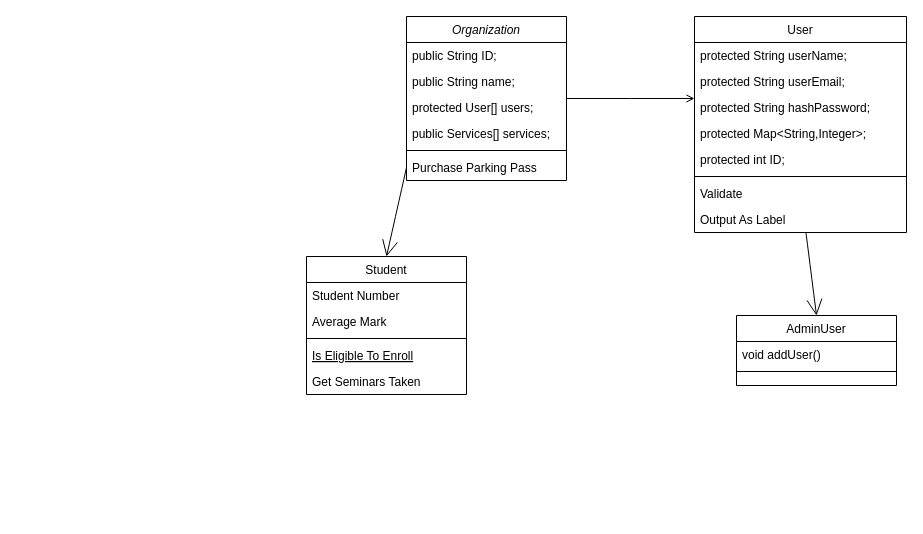
The draw.io diagram ClassDiagramLP3_project.drawio in MMonzon00/LP3_Backend_java, before the edit. Source tidied: cells renumbered, new cells numbered last; positions are measured from the earlier drawing's top-left corner, leaving out a move shared by most shapes. Both pictures are drawn from the tidied source at 100%, with x=0, y=0 at pixel (306, 16).
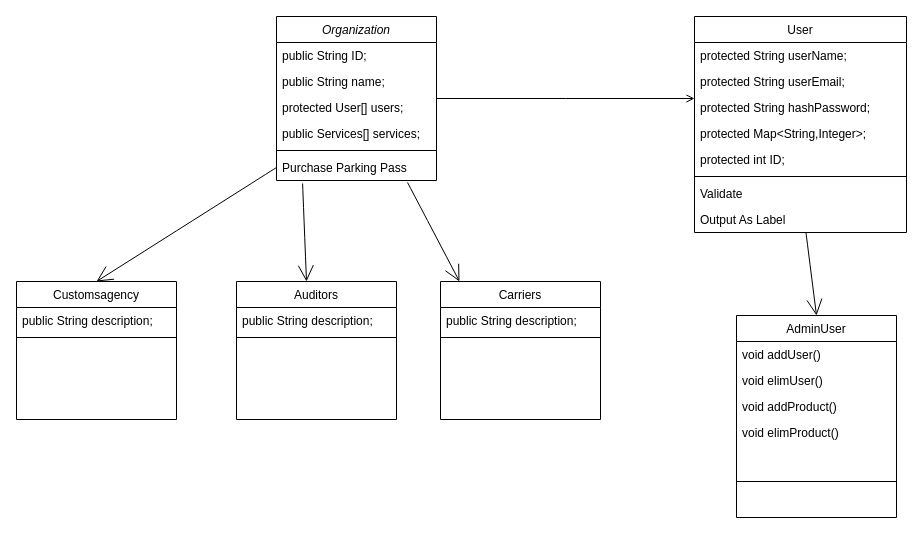
After the change.

Unchanged cells that the change refers to:
```xml
<mxCell id="10" value="Purchase Parking Pass" style="text;align=left;verticalAlign=top;spacingLeft=4;spacingRight=4;overflow=hidden;points=[[0,0.5],[1,0.5]];portConstraint=eastwest;" parent="4" vertex="1">
  <mxGeometry y="138" width="160" height="26" as="geometry" />
</mxCell>
```

The edit, as a diff of the source:
```diff
@@
     <mxCell id="4" value="Organization" style="swimlane;fontStyle=2;align=center;verticalAlign=top;horizontal=1;startSize=26;rounded=0;shadow=0;strokeWidth=1;" parent="1" vertex="1">
-      <mxGeometry x="100" width="160" height="164" as="geometry" />
+      <mxGeometry x="-30" width="160" height="164" as="geometry" />
     </mxCell>
@@
-    <mxCell id="11" value="Student" style="swimlane;fontStyle=0;align=center;verticalAlign=top;horizontal=1;startSize=26;rounded=0;shadow=0;strokeWidth=1;" parent="1" vertex="1">
-      <mxGeometry y="240" width="160" height="138" as="geometry" />
+    <mxCell id="11" value="Customsagency" style="swimlane;fontStyle=0;align=center;verticalAlign=top;horizontal=1;startSize=26;rounded=0;shadow=0;strokeWidth=1;" parent="1" vertex="1">
+      <mxGeometry x="-290" y="265" width="160" height="138" as="geometry" />
     </mxCell>
-    <mxCell id="12" value="Student Number" style="text;align=left;verticalAlign=top;spacingLeft=4;spacingRight=4;overflow=hidden;" parent="11" vertex="1">
+    <mxCell id="12" value="public String description;" style="text;align=left;verticalAlign=top;spacingLeft=4;spacingRight=4;overflow=hidden;" parent="11" vertex="1">
       <mxGeometry y="26" width="160" height="26" as="geometry" />
     </mxCell>
-    <mxCell id="13" value="Average Mark" style="text;align=left;verticalAlign=top;spacingLeft=4;spacingRight=4;overflow=hidden;rounded=0;shadow=0;html=0;" parent="11" vertex="1">
-      <mxGeometry y="52" width="160" height="26" as="geometry" />
-    </mxCell>
     <mxCell id="14" style="line;html=1;strokeWidth=1;align=left;verticalAlign=middle;spacingTop=-1;spacingLeft=3;spacingRight=3;labelPosition=right;" parent="11" vertex="1">
-      <mxGeometry y="78" width="160" height="8" as="geometry" />
+      <mxGeometry y="52" width="160" height="8" as="geometry" />
     </mxCell>
-    <mxCell id="15" value="Is Eligible To Enroll" style="text;align=left;verticalAlign=top;spacingLeft=4;spacingRight=4;overflow=hidden;fontStyle=4;" parent="11" vertex="1">
-      <mxGeometry y="86" width="160" height="26" as="geometry" />
-    </mxCell>
-    <mxCell id="16" value="Get Seminars Taken" style="text;align=left;verticalAlign=top;spacingLeft=4;spacingRight=4;overflow=hidden;" parent="11" vertex="1">
-      <mxGeometry y="112" width="160" height="26" as="geometry" />
-    </mxCell>
     <mxCell id="17" value="AdminUser" style="swimlane;fontStyle=0;align=center;verticalAlign=top;horizontal=1;startSize=26;rounded=0;shadow=0;strokeWidth=1;" parent="1" vertex="1">
-      <mxGeometry x="430" y="299" width="160" height="70" as="geometry" />
+      <mxGeometry x="430" y="299" width="160" height="202" as="geometry" />
     </mxCell>
@@
+    <mxCell id="30" value="void elimUser()" style="text;align=left;verticalAlign=top;spacingLeft=4;spacingRight=4;overflow=hidden;" parent="17" vertex="1">
+      <mxGeometry y="52" width="160" height="26" as="geometry" />
+    </mxCell>
+    <mxCell id="31" value="void addProduct()" style="text;align=left;verticalAlign=top;spacingLeft=4;spacingRight=4;overflow=hidden;" parent="17" vertex="1">
+      <mxGeometry y="78" width="160" height="26" as="geometry" />
+    </mxCell>
+    <mxCell id="32" value="void elimProduct()" style="text;align=left;verticalAlign=top;spacingLeft=4;spacingRight=4;overflow=hidden;" parent="17" vertex="1">
+      <mxGeometry y="104" width="160" height="26" as="geometry" />
+    </mxCell>
     <mxCell id="19" style="line;html=1;strokeWidth=1;align=left;verticalAlign=middle;spacingTop=-1;spacingLeft=3;spacingRight=3;labelPosition=right;" parent="17" vertex="1">
-      <mxGeometry y="52" width="160" height="8" as="geometry" />
+      <mxGeometry y="130" width="160" height="72" as="geometry" />
     </mxCell>
@@
+    <mxCell id="33" style="edgeStyle=none;curved=1;rounded=0;jettySize=auto;html=1;entryX=0.5;entryY=0;entryDx=0;entryDy=0;fontSize=12;endArrow=open;startSize=14;endSize=14;sourcePerimeterSpacing=8;targetPerimeterSpacing=8;exitX=0.163;exitY=1.115;exitDx=0;exitDy=0;exitPerimeter=0;" parent="1" edge="1" source="10">
+      <mxGeometry relative="1" as="geometry">
+        <mxPoint y="265" as="targetPoint" />
+      </mxGeometry>
+    </mxCell>
+    <mxCell id="34" style="edgeStyle=none;curved=1;rounded=0;jettySize=auto;html=1;entryX=0.206;entryY=0;entryDx=0;entryDy=0;fontSize=12;endArrow=open;startSize=14;endSize=14;sourcePerimeterSpacing=8;targetPerimeterSpacing=8;exitX=0.819;exitY=1.077;exitDx=0;exitDy=0;exitPerimeter=0;entryPerimeter=0;" parent="1" edge="1" source="10">
+      <mxGeometry relative="1" as="geometry">
+        <mxPoint x="153" y="265" as="targetPoint" />
+      </mxGeometry>
+    </mxCell>
+    <mxCell id="35" value="Auditors" style="swimlane;fontStyle=0;align=center;verticalAlign=top;horizontal=1;startSize=26;rounded=0;shadow=0;strokeWidth=1;" parent="1" vertex="1">
+      <mxGeometry x="-70" y="265" width="160" height="138" as="geometry" />
+    </mxCell>
+    <mxCell id="36" value="public String description;" style="text;align=left;verticalAlign=top;spacingLeft=4;spacingRight=4;overflow=hidden;" parent="35" vertex="1">
+      <mxGeometry y="26" width="160" height="26" as="geometry" />
+    </mxCell>
+    <mxCell id="37" style="line;html=1;strokeWidth=1;align=left;verticalAlign=middle;spacingTop=-1;spacingLeft=3;spacingRight=3;labelPosition=right;" parent="35" vertex="1">
+      <mxGeometry y="52" width="160" height="8" as="geometry" />
+    </mxCell>
+    <mxCell id="38" value="Carriers" style="swimlane;fontStyle=0;align=center;verticalAlign=top;horizontal=1;startSize=26;rounded=0;shadow=0;strokeWidth=1;" parent="1" vertex="1">
+      <mxGeometry x="134" y="265" width="160" height="138" as="geometry" />
+    </mxCell>
+    <mxCell id="39" value="public String description;" style="text;align=left;verticalAlign=top;spacingLeft=4;spacingRight=4;overflow=hidden;" parent="38" vertex="1">
+      <mxGeometry y="26" width="160" height="26" as="geometry" />
+    </mxCell>
+    <mxCell id="40" style="line;html=1;strokeWidth=1;align=left;verticalAlign=middle;spacingTop=-1;spacingLeft=3;spacingRight=3;labelPosition=right;" parent="38" vertex="1">
+      <mxGeometry y="52" width="160" height="8" as="geometry" />
+    </mxCell>
```
